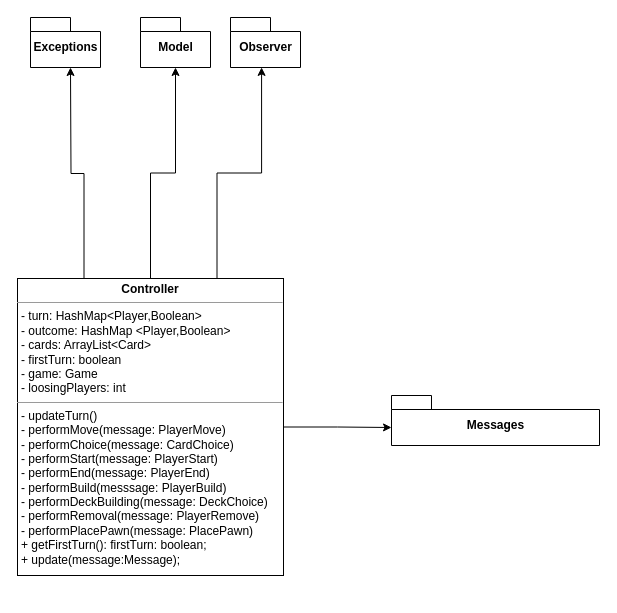
Above: page "Page-1" (1 of 2) of UML/Controller.drawio in peppetort/POLIMI_SE_19-20_santorini (draw.io), before the change. Source tidied: cells renumbered, new cells numbered last; positions are measured from the earlier drawing's top-left corner, leaving out a move shared by most shapes. Both pictures are drawn from the tidied source at 100%, with x=0, y=0 at pixel (17, 17).
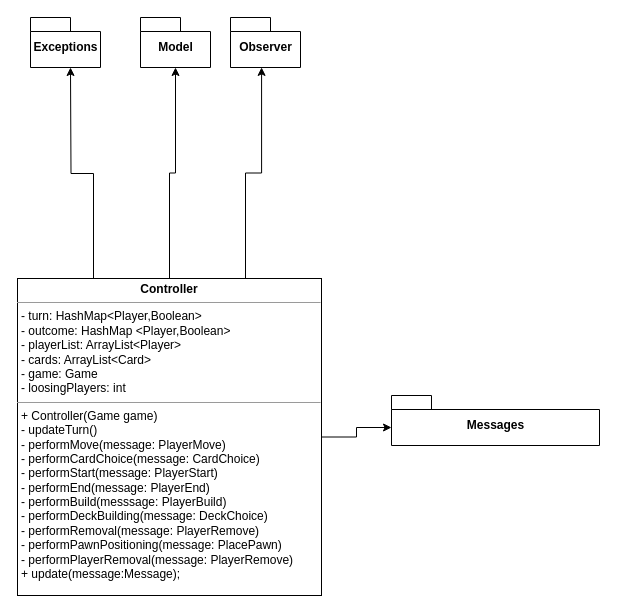
After the change.

What changed in the source:
```diff
@@
 <mxGraphModel>
   <root>
     <mxCell id="0" />
     <mxCell id="1" parent="0" />
     <mxCell id="2" value="Model" style="shape=folder;fontStyle=1;spacingTop=10;tabWidth=40;tabHeight=14;tabPosition=left;html=1;" parent="1" vertex="1">
       <mxGeometry x="123" width="70" height="50" as="geometry" />
     </mxCell>
     <mxCell id="3" value="Observer" style="shape=folder;fontStyle=1;spacingTop=10;tabWidth=40;tabHeight=14;tabPosition=left;html=1;" parent="1" vertex="1">
       <mxGeometry x="213" width="70" height="50" as="geometry" />
     </mxCell>
     <mxCell id="4" style="edgeStyle=orthogonalEdgeStyle;rounded=0;jettySize=auto;html=1;entryX=0.5;entryY=1;entryDx=0;entryDy=0;entryPerimeter=0;" parent="1" edge="1" source="6" target="2">
       <mxGeometry relative="1" as="geometry" />
     </mxCell>
     <mxCell id="5" style="edgeStyle=orthogonalEdgeStyle;rounded=0;jettySize=auto;html=1;exitX=1;exitY=0.5;exitDx=0;exitDy=0;entryX=0;entryY=0;entryDx=0;entryDy=32;entryPerimeter=0;" parent="1" edge="1" source="6" target="10">
       <mxGeometry relative="1" as="geometry" />
     </mxCell>
-    <mxCell id="6" value="&lt;p style=&quot;margin: 0px ; margin-top: 4px ; text-align: center&quot;&gt;&lt;b&gt;Controller&lt;/b&gt;&lt;/p&gt;&lt;hr size=&quot;1&quot;&gt;&lt;p style=&quot;margin: 0px ; margin-left: 4px&quot;&gt;- turn: HashMap&amp;lt;Player,Boolean&amp;gt;&lt;/p&gt;&lt;p style=&quot;margin: 0px ; margin-left: 4px&quot;&gt;- outcome: HashMap &amp;lt;Player,Boolean&amp;gt;&amp;nbsp;&lt;/p&gt;&lt;p style=&quot;margin: 0px ; margin-left: 4px&quot;&gt;- cards: ArrayList&amp;lt;Card&amp;gt;&lt;/p&gt;&lt;p style=&quot;margin: 0px ; margin-left: 4px&quot;&gt;- firstTurn: boolean&lt;/p&gt;&lt;p style=&quot;margin: 0px ; margin-left: 4px&quot;&gt;- game: Game&lt;/p&gt;&lt;p style=&quot;margin: 0px ; margin-left: 4px&quot;&gt;- loosingPlayers: int&lt;/p&gt;&lt;hr size=&quot;1&quot;&gt;&lt;p style=&quot;margin: 0px ; margin-left: 4px&quot;&gt;- updateTurn()&lt;/p&gt;&lt;p style=&quot;margin: 0px ; margin-left: 4px&quot;&gt;- performMove(message: PlayerMove)&lt;/p&gt;&lt;p style=&quot;margin: 0px ; margin-left: 4px&quot;&gt;- performChoice(message: CardChoice)&lt;/p&gt;&lt;p style=&quot;margin: 0px ; margin-left: 4px&quot;&gt;- performStart(message: PlayerStart)&lt;/p&gt;&lt;p style=&quot;margin: 0px ; margin-left: 4px&quot;&gt;- performEnd(message: PlayerEnd)&lt;/p&gt;&lt;p style=&quot;margin: 0px ; margin-left: 4px&quot;&gt;- performBuild(messsage: PlayerBuild)&lt;/p&gt;&lt;p style=&quot;margin: 0px ; margin-left: 4px&quot;&gt;- performDeckBuilding(message: DeckChoice)&lt;/p&gt;&lt;p style=&quot;margin: 0px ; margin-left: 4px&quot;&gt;- performRemoval(message: PlayerRemove)&lt;/p&gt;&lt;p style=&quot;margin: 0px ; margin-left: 4px&quot;&gt;- performPlacePawn(message: PlacePawn)&lt;/p&gt;&lt;p style=&quot;margin: 0px ; margin-left: 4px&quot;&gt;+ getFirstTurn(): firstTurn: boolean;&lt;/p&gt;&lt;p style=&quot;margin: 0px ; margin-left: 4px&quot;&gt;+ update(message:Message);&amp;nbsp;&amp;nbsp;&lt;/p&gt;&lt;p style=&quot;margin: 0px ; margin-left: 4px&quot;&gt;&lt;br&gt;&lt;/p&gt;" style="verticalAlign=top;align=left;overflow=fill;fontSize=12;fontFamily=Helvetica;html=1;" parent="1" vertex="1">
-      <mxGeometry y="261" width="266" height="297" as="geometry" />
+    <mxCell id="6" value="&lt;p style=&quot;margin: 0px ; margin-top: 4px ; text-align: center&quot;&gt;&lt;b&gt;Controller&lt;/b&gt;&lt;/p&gt;&lt;hr size=&quot;1&quot;&gt;&lt;p style=&quot;margin: 0px ; margin-left: 4px&quot;&gt;- turn: HashMap&amp;lt;Player,Boolean&amp;gt;&lt;/p&gt;&lt;p style=&quot;margin: 0px ; margin-left: 4px&quot;&gt;- outcome: HashMap &amp;lt;Player,Boolean&amp;gt;&amp;nbsp;&lt;/p&gt;&lt;p style=&quot;margin: 0px ; margin-left: 4px&quot;&gt;- playerList: ArrayList&amp;lt;Player&amp;gt;&lt;/p&gt;&lt;p style=&quot;margin: 0px ; margin-left: 4px&quot;&gt;- cards: ArrayList&amp;lt;Card&amp;gt;&lt;/p&gt;&lt;p style=&quot;margin: 0px ; margin-left: 4px&quot;&gt;- game: Game&lt;/p&gt;&lt;p style=&quot;margin: 0px ; margin-left: 4px&quot;&gt;- loosingPlayers: int&lt;/p&gt;&lt;hr size=&quot;1&quot;&gt;&lt;p style=&quot;margin: 0px ; margin-left: 4px&quot;&gt;+ Controller(Game game)&lt;/p&gt;&lt;p style=&quot;margin: 0px ; margin-left: 4px&quot;&gt;- updateTurn()&lt;/p&gt;&lt;p style=&quot;margin: 0px ; margin-left: 4px&quot;&gt;- performMove(message: PlayerMove)&lt;/p&gt;&lt;p style=&quot;margin: 0px ; margin-left: 4px&quot;&gt;- performCardChoice(message: CardChoice)&lt;/p&gt;&lt;p style=&quot;margin: 0px ; margin-left: 4px&quot;&gt;- performStart(message: PlayerStart)&lt;/p&gt;&lt;p style=&quot;margin: 0px ; margin-left: 4px&quot;&gt;- performEnd(message: PlayerEnd)&lt;/p&gt;&lt;p style=&quot;margin: 0px ; margin-left: 4px&quot;&gt;- performBuild(messsage: PlayerBuild)&lt;/p&gt;&lt;p style=&quot;margin: 0px ; margin-left: 4px&quot;&gt;- performDeckBuilding(message: DeckChoice)&lt;/p&gt;&lt;p style=&quot;margin: 0px ; margin-left: 4px&quot;&gt;- performRemoval(message: PlayerRemove)&lt;/p&gt;&lt;p style=&quot;margin: 0px ; margin-left: 4px&quot;&gt;- performPawnPositioning(message: PlacePawn)&lt;/p&gt;&lt;p style=&quot;margin: 0px ; margin-left: 4px&quot;&gt;- performPlayerRemoval(message: PlayerRemove)&lt;/p&gt;&lt;p style=&quot;margin: 0px ; margin-left: 4px&quot;&gt;+ update(message:Message);&amp;nbsp;&amp;nbsp;&lt;/p&gt;&lt;p style=&quot;margin: 0px ; margin-left: 4px&quot;&gt;&lt;br&gt;&lt;/p&gt;" style="verticalAlign=top;align=left;overflow=fill;fontSize=12;fontFamily=Helvetica;html=1;" parent="1" vertex="1">
+      <mxGeometry y="261" width="304" height="317" as="geometry" />
     </mxCell>
     <mxCell id="7" style="edgeStyle=orthogonalEdgeStyle;rounded=0;jettySize=auto;html=1;entryX=0.444;entryY=0.998;entryDx=0;entryDy=0;entryPerimeter=0;exitX=0.75;exitY=0;exitDx=0;exitDy=0;" parent="1" edge="1" source="6" target="3">
       <mxGeometry relative="1" as="geometry" />
     </mxCell>
     <mxCell id="8" value="Exceptions" style="shape=folder;fontStyle=1;spacingTop=10;tabWidth=40;tabHeight=14;tabPosition=left;html=1;" parent="1" vertex="1">
       <mxGeometry x="13" width="70" height="50" as="geometry" />
     </mxCell>
     <mxCell id="9" style="edgeStyle=orthogonalEdgeStyle;rounded=0;jettySize=auto;html=1;entryX=0.5;entryY=1;entryDx=0;entryDy=0;entryPerimeter=0;exitX=0.25;exitY=0;exitDx=0;exitDy=0;" parent="1" edge="1" source="6">
       <mxGeometry relative="1" as="geometry">
         <mxPoint x="53" y="50" as="targetPoint" />
       </mxGeometry>
     </mxCell>
     <mxCell id="10" value="Messages" style="shape=folder;fontStyle=1;spacingTop=10;tabWidth=40;tabHeight=14;tabPosition=left;html=1;" parent="1" vertex="1">
       <mxGeometry x="374" y="378" width="208" height="50" as="geometry" />
     </mxCell>
   </root>
 </mxGraphModel>
```
